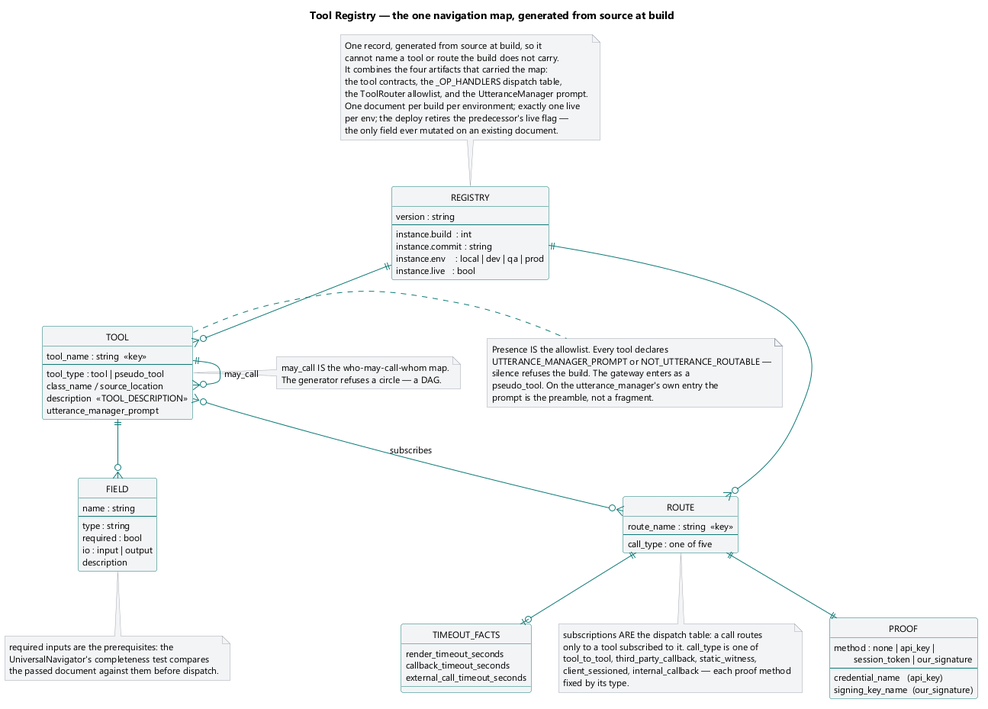
Earlier version of the PlantUML export brain/machine_artifacts/diagramsAndImages/rendered/findcare_tool_configuration.png (SkipSnow/ChatHealthyRepo). Source of this version:
```plantuml
@startuml
title Tool Registry — the one navigation map, generated from source at build

skinparam shadowing false
skinparam defaultFontName Segoe UI
skinparam defaultFontSize 12
skinparam ArrowColor #0b7a75
skinparam ClassBorderColor #0b7a75
skinparam NoteBackgroundColor #f3f4f6
skinparam NoteBorderColor #9ca3af
hide circle

entity "REGISTRY" as REG {
  version : string
  --
  instance.build  : int
  instance.commit : string
  instance.env    : local | dev | qa | prod
  instance.live   : bool
}

entity "TOOL" as TOOL {
  tool_name : string  <<key>>
  --
  tool_type : tool | pseudo_tool
  class_name / source_location
  description  <<TOOL_DESCRIPTION>>
  utterance_manager_prompt
}

entity "FIELD" as FIELD {
  name : string
  --
  type : string
  required : bool
  io : input | output
  description
}

entity "ROUTE" as ROUTE {
  route_name : string  <<key>>
  --
  call_type : one of five
}

entity "PROOF" as PROOF {
  method : none | api_key |
  \tsession_token | our_signature
  --
  credential_name   (api_key)
  signing_key_name  (our_signature)
}

entity "TIMEOUT_FACTS" as TF {
  render_timeout_seconds
  callback_timeout_seconds
  external_call_timeout_seconds
}

REG   ||--o{ TOOL
REG   ||--o{ ROUTE
TOOL  ||--o{ FIELD
TOOL  ||--o{ TOOL  : may_call
TOOL  }o--o{ ROUTE : subscribes
ROUTE ||--|| PROOF
ROUTE ||--o| TF

note top of REG
  One record, generated from source at build, so it
  cannot name a tool or route the build does not carry.
  It combines the four artifacts that carried the map:
  the tool contracts, the _OP_HANDLERS dispatch table,
  the ToolRouter allowlist, and the UtteranceManager prompt.
  One document per build per environment; exactly one live
  per env; the deploy retires the predecessor's live flag —
  the only field ever mutated on an existing document.
end note

note right of TOOL
  Presence IS the allowlist. Every tool declares
  UTTERANCE_MANAGER_PROMPT or NOT_UTTERANCE_ROUTABLE —
  silence refuses the build. The gateway enters as a
  pseudo_tool. On the utterance_manager's own entry the
  prompt is the preamble, not a fragment.
end note

note bottom of FIELD
  required inputs are the prerequisites: the
  UniversalNavigator's completeness test compares
  the passed document against them before dispatch.
end note

note left of TOOL
  may_call IS the who-may-call-whom map.
  The generator refuses a circle — a DAG.
end note

note bottom of ROUTE
  subscriptions ARE the dispatch table: a call routes
  only to a tool subscribed to it. call_type is one of
  tool_to_tool, third_party_callback, static_witness,
  client_sessioned, internal_callback — each proof method
  fixed by its type.
end note
@enduml
```
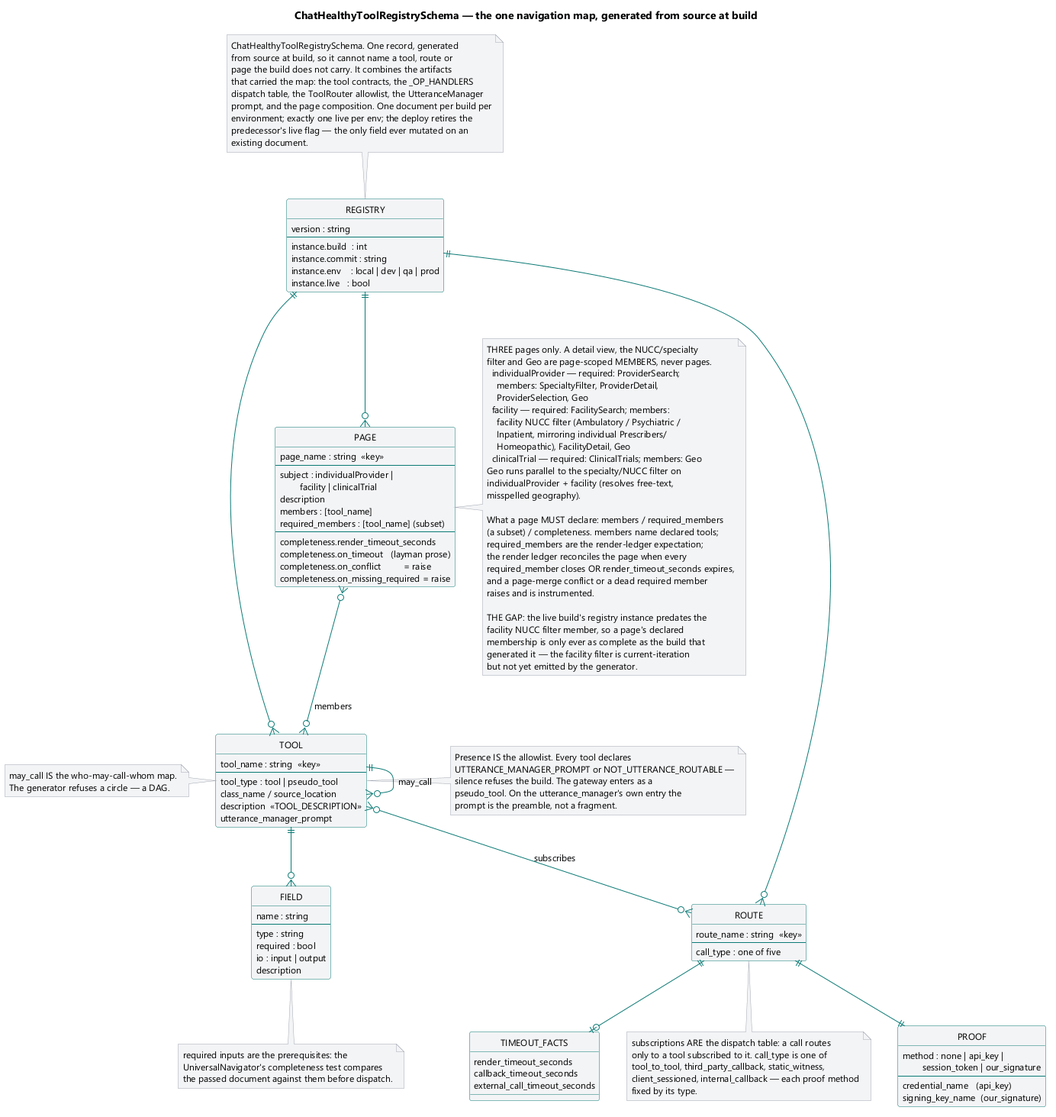
Later version of the same file.

The edit, as a diff of the source:
```diff
@@ -1,5 +1,5 @@
 @startuml
-title Tool Registry — the one navigation map, generated from source at build
+title ChatHealthyToolRegistrySchema — the one navigation map, generated from source at build
 
 skinparam shadowing false
 skinparam defaultFontName Segoe UI
@@ -26,6 +26,21 @@
   class_name / source_location
   description  <<TOOL_DESCRIPTION>>
   utterance_manager_prompt
+}
+
+entity "PAGE" as PAGE {
+  page_name : string  <<key>>
+  --
+  subject : individualProvider |
+  \tfacility | clinicalTrial
+  description
+  members : [tool_name]
+  required_members : [tool_name] (subset)
+  --
+  completeness.render_timeout_seconds
+  completeness.on_timeout   (layman prose)
+  completeness.on_conflict         = raise
+  completeness.on_missing_required = raise
 }
 
 entity "FIELD" as FIELD {
@@ -59,6 +74,8 @@
 
 REG   ||--o{ TOOL
 REG   ||--o{ ROUTE
+REG   ||--o{ PAGE
+PAGE  }o--o{ TOOL  : members
 TOOL  ||--o{ FIELD
 TOOL  ||--o{ TOOL  : may_call
 TOOL  }o--o{ ROUTE : subscribes
@@ -66,14 +83,15 @@
 ROUTE ||--o| TF
 
 note top of REG
-  One record, generated from source at build, so it
-  cannot name a tool or route the build does not carry.
-  It combines the four artifacts that carried the map:
-  the tool contracts, the _OP_HANDLERS dispatch table,
-  the ToolRouter allowlist, and the UtteranceManager prompt.
-  One document per build per environment; exactly one live
-  per env; the deploy retires the predecessor's live flag —
-  the only field ever mutated on an existing document.
+  ChatHealthyToolRegistrySchema. One record, generated
+  from source at build, so it cannot name a tool, route or
+  page the build does not carry. It combines the artifacts
+  that carried the map: the tool contracts, the _OP_HANDLERS
+  dispatch table, the ToolRouter allowlist, the UtteranceManager
+  prompt, and the page composition. One document per build per
+  environment; exactly one live per env; the deploy retires the
+  predecessor's live flag — the only field ever mutated on an
+  existing document.
 end note
 
 note right of TOOL
@@ -102,4 +120,34 @@
   client_sessioned, internal_callback — each proof method
   fixed by its type.
 end note
+
+note right of PAGE
+  THREE pages only. A detail view, the NUCC/specialty
+  filter and Geo are page-scoped MEMBERS, never pages.
+    individualProvider — required: ProviderSearch;
+      members: SpecialtyFilter, ProviderDetail,
+      ProviderSelection, Geo
+    facility — required: FacilitySearch; members:
+      facility NUCC filter (Ambulatory / Psychiatric /
+      Inpatient, mirroring individual Prescribers/
+      Homeopathic), FacilityDetail, Geo
+    clinicalTrial — required: ClinicalTrials; members: Geo
+  Geo runs parallel to the specialty/NUCC filter on
+  individualProvider + facility (resolves free-text,
+  misspelled geography).
+
+  What a page MUST declare: members / required_members
+  (a subset) / completeness. members name declared tools;
+  required_members are the render-ledger expectation;
+  the render ledger reconciles the page when every
+  required_member closes OR render_timeout_seconds expires,
+  and a page-merge conflict or a dead required member
+  raises and is instrumented.
+
+  THE GAP: the live build's registry instance predates the
+  facility NUCC filter member, so a page's declared
+  membership is only ever as complete as the build that
+  generated it — the facility filter is current-iteration
+  but not yet emitted by the generator.
+end note
 @enduml
```
